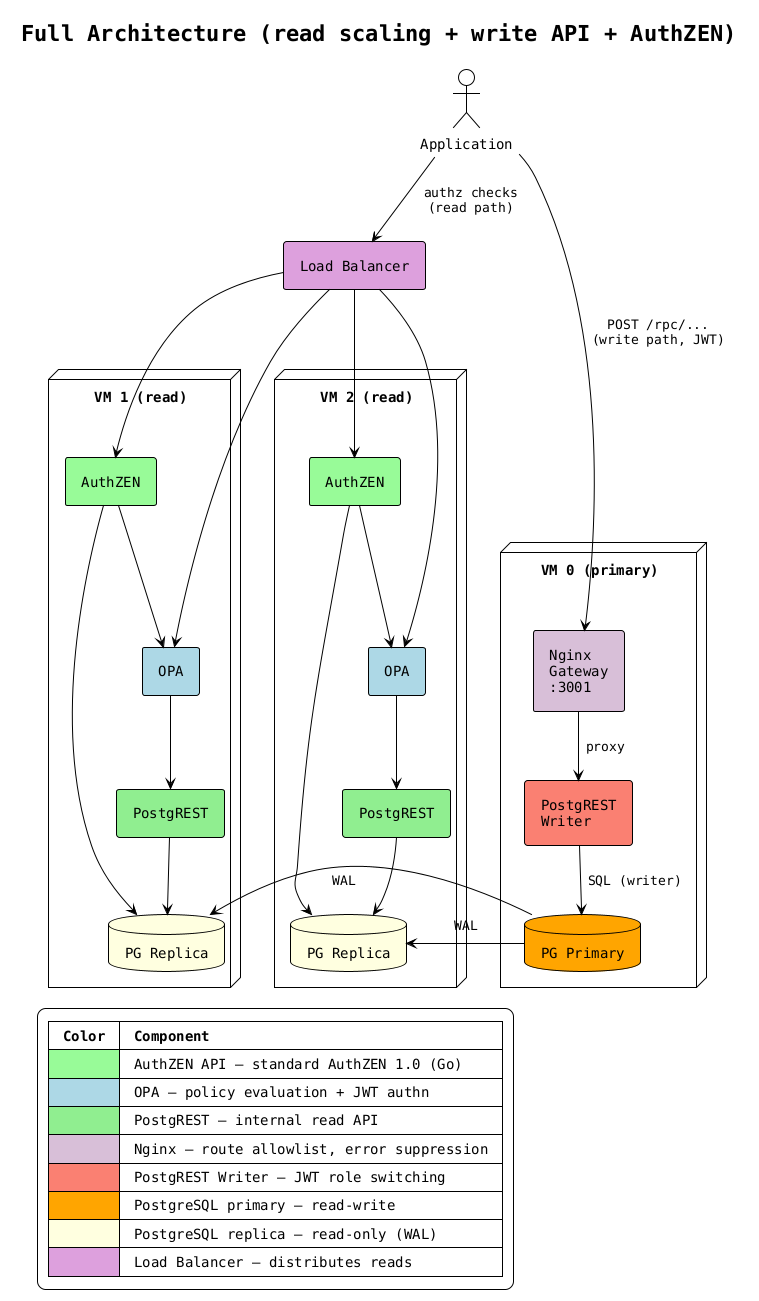
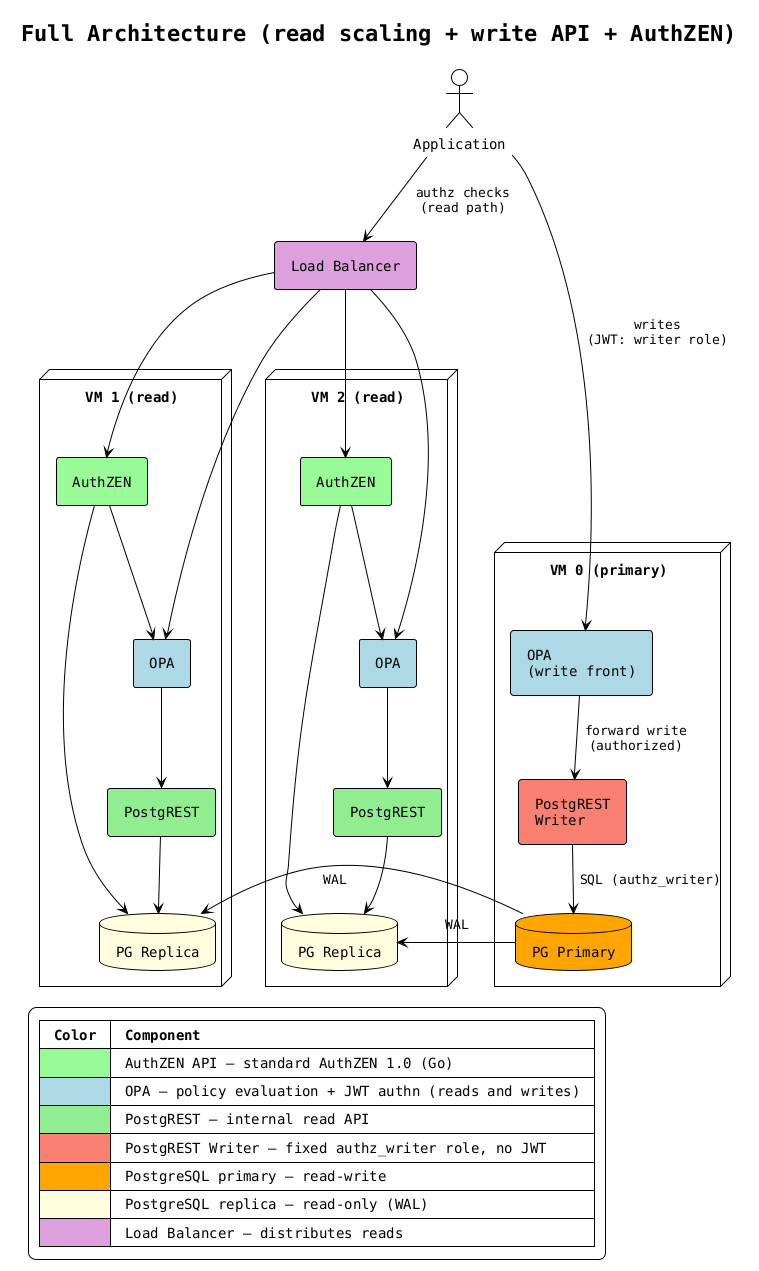
@startuml architecture-full

!theme plain
skinparam backgroundColor white
skinparam componentStyle rectangle
skinparam defaultFontName monospaced
skinparam nodesep 50
skinparam ranksep 40
skinparam padding 6

title Full Architecture (read scaling + write API + AuthZEN)

actor "Application" as app

component "Load Balancer" as lb #Plum

node "VM 1 (read)" as vm1 {
    component "OPA" as opa_a #LightBlue
    component "AuthZEN" as az_a #PaleGreen
    component "PostgREST" as pgrst_a #LightGreen
    database "PG Replica" as pgr_a #LightYellow
}

node "VM 2 (read)" as vm2 {
    component "OPA" as opa_b #LightBlue
    component "AuthZEN" as az_b #PaleGreen
    component "PostgREST" as pgrst_b #LightGreen
    database "PG Replica" as pgr_b #LightYellow
}

node "VM 0 (primary)" as vm0 {
-     component "Nginx\nGateway\n:3001" as gw #Thistle
+     component "OPA\n(write front)" as opa_w #LightBlue
    component "PostgREST\nWriter" as pgrst_w #Salmon
    database "PG Primary" as pgp #Orange
}

' Read path
app -down-> lb : "authz checks\n(read path)"
lb -down-> opa_a
lb -down-> opa_b
lb -down-> az_a
lb -down-> az_b
opa_a -down-> pgrst_a
opa_b -down-> pgrst_b
az_a -down-> opa_a
az_a -down-> pgr_a
az_b -down-> opa_b
az_b -down-> pgr_b
pgrst_a -down-> pgr_a
pgrst_b -down-> pgr_b

- ' Write path
- app -down-> gw : "POST /rpc/...\n(write path, JWT)"
- gw -down-> pgrst_w : "proxy"
- pgrst_w -down-> pgp : "SQL (writer)"
+ ' Write path — OPA fronts the writer (verifies JWT + writer role, forwards)
+ app -down-> opa_w : "writes\n(JWT: writer role)"
+ opa_w -down-> pgrst_w : "forward write\n(authorized)"
+ pgrst_w -down-> pgp : "SQL (authz_writer)"

' Replication
pgp -right-> pgr_a : "  WAL  "
pgp -right-> pgr_b : "  WAL  "

legend bottom left
  |= Color |= Component |
  | <#PaleGreen> | AuthZEN API — standard AuthZEN 1.0 (Go) |
-   | <#LightBlue> | OPA — policy evaluation + JWT authn |
+   | <#LightBlue> | OPA — policy evaluation + JWT authn (reads and writes) |
  | <#LightGreen> | PostgREST — internal read API |
-   | <#Thistle> | Nginx — route allowlist, error suppression |
-   | <#Salmon> | PostgREST Writer — JWT role switching |
+   | <#Salmon> | PostgREST Writer — fixed authz_writer role, no JWT |
  | <#Orange> | PostgreSQL primary — read-write |
  | <#LightYellow> | PostgreSQL replica — read-only (WAL) |
  | <#Plum> | Load Balancer — distributes reads |
end legend

@enduml
